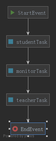
moonlightBeautiful/activiti5Study keeps this BPMN diagram as c04variable/src/main/resources/diagrams/StudentLeaveProcess.png. Above is the earlier version. Its source is kept beside it as c04variable/src/main/resources/diagrams/StudentLeaveProcess.bpmn. Ids are renumbered. Source of this version:
```xml
<definitions xmlns="http://www.omg.org/spec/BPMN/20100524/MODEL" xmlns:activiti="http://activiti.org/bpmn" xmlns:bpmndi="http://www.omg.org/spec/BPMN/20100524/DI" xmlns:dc="http://www.omg.org/spec/DD/20100524/DC" xmlns:di="http://www.omg.org/spec/DD/20100524/DI" xmlns:tns="http://www.activiti.org/testm1578408980312" xmlns:xsd="http://www.w3.org/2001/XMLSchema" xmlns:xsi="http://www.w3.org/2001/XMLSchema-instance" expressionLanguage="http://www.w3.org/1999/XPath" id="m1578408980312" name="" targetNamespace="http://www.activiti.org/testm1578408980312" typeLanguage="http://www.w3.org/2001/XMLSchema">
  <process id="studentLeaveProcess" isClosed="false" isExecutable="true" name="studentLeaveProcess" processType="None">
    <startEvent id="start" name="StartEvent"/>
    <endEvent id="end" name="EndEvent"/>
    <userTask activiti:assignee="studnet" activiti:exclusive="true" id="studentTask" name="studentTask"/>
    <userTask activiti:assignee="monitor" activiti:exclusive="true" id="monitorTask" name="monitorTask"/>
    <userTask activiti:assignee="teacher" activiti:exclusive="true" id="teacherTask" name="teacherTask"/>
    <sequenceFlow id="_7" sourceRef="start" targetRef="studentTask"/>
    <sequenceFlow id="_8" sourceRef="studentTask" targetRef="monitorTask"/>
    <sequenceFlow id="_9" sourceRef="monitorTask" targetRef="teacherTask"/>
    <sequenceFlow id="_10" sourceRef="teacherTask" targetRef="end"/>
  </process>
  <bpmndi:BPMNDiagram documentation="background=#3C3F41;count=1;horizontalcount=1;orientation=0;width=842.4;height=1195.2;imageableWidth=832.4;imageableHeight=1185.2;imageableX=5.0;imageableY=5.0" id="Diagram-_1" name="New Diagram">
    <bpmndi:BPMNPlane bpmnElement="studentLeaveProcess">
      <bpmndi:BPMNShape bpmnElement="start" id="Shape-start">
        <dc:Bounds height="32.0" width="32.0" x="300.0" y="-10.0"/>
        <bpmndi:BPMNLabel>
          <dc:Bounds height="32.0" width="32.0" x="0.0" y="0.0"/>
        </bpmndi:BPMNLabel>
      </bpmndi:BPMNShape>
      <bpmndi:BPMNShape bpmnElement="end" id="Shape-end">
        <dc:Bounds height="32.0" width="32.0" x="305.0" y="385.0"/>
        <bpmndi:BPMNLabel>
          <dc:Bounds height="32.0" width="32.0" x="0.0" y="0.0"/>
        </bpmndi:BPMNLabel>
      </bpmndi:BPMNShape>
      <bpmndi:BPMNShape bpmnElement="studentTask" id="Shape-studentTask">
        <dc:Bounds height="55.0" width="85.0" x="275.0" y="60.0"/>
        <bpmndi:BPMNLabel>
          <dc:Bounds height="55.0" width="85.0" x="0.0" y="0.0"/>
        </bpmndi:BPMNLabel>
      </bpmndi:BPMNShape>
      <bpmndi:BPMNShape bpmnElement="monitorTask" id="Shape-monitorTask">
        <dc:Bounds height="55.0" width="85.0" x="275.0" y="160.0"/>
        <bpmndi:BPMNLabel>
          <dc:Bounds height="55.0" width="85.0" x="0.0" y="0.0"/>
        </bpmndi:BPMNLabel>
      </bpmndi:BPMNShape>
      <bpmndi:BPMNShape bpmnElement="teacherTask" id="Shape-teacherTask">
        <dc:Bounds height="55.0" width="85.0" x="275.0" y="275.0"/>
        <bpmndi:BPMNLabel>
          <dc:Bounds height="55.0" width="85.0" x="0.0" y="0.0"/>
        </bpmndi:BPMNLabel>
      </bpmndi:BPMNShape>
      <bpmndi:BPMNEdge bpmnElement="_7" id="BPMNEdge__7" sourceElement="start" targetElement="studentTask">
        <di:waypoint x="316.0" y="22.0"/>
        <di:waypoint x="316.0" y="60.0"/>
        <bpmndi:BPMNLabel>
          <dc:Bounds height="0.0" width="0.0" x="0.0" y="0.0"/>
        </bpmndi:BPMNLabel>
      </bpmndi:BPMNEdge>
      <bpmndi:BPMNEdge bpmnElement="_8" id="BPMNEdge__8" sourceElement="studentTask" targetElement="monitorTask">
        <di:waypoint x="317.5" y="115.0"/>
        <di:waypoint x="317.5" y="160.0"/>
        <bpmndi:BPMNLabel>
          <dc:Bounds height="0.0" width="0.0" x="0.0" y="0.0"/>
        </bpmndi:BPMNLabel>
      </bpmndi:BPMNEdge>
      <bpmndi:BPMNEdge bpmnElement="_9" id="BPMNEdge__9" sourceElement="monitorTask" targetElement="teacherTask">
        <di:waypoint x="317.5" y="215.0"/>
        <di:waypoint x="317.5" y="275.0"/>
        <bpmndi:BPMNLabel>
          <dc:Bounds height="0.0" width="0.0" x="0.0" y="0.0"/>
        </bpmndi:BPMNLabel>
      </bpmndi:BPMNEdge>
      <bpmndi:BPMNEdge bpmnElement="_10" id="BPMNEdge__10" sourceElement="teacherTask" targetElement="end">
        <di:waypoint x="321.0" y="330.0"/>
        <di:waypoint x="321.0" y="385.0"/>
        <bpmndi:BPMNLabel>
          <dc:Bounds height="0.0" width="0.0" x="0.0" y="0.0"/>
        </bpmndi:BPMNLabel>
      </bpmndi:BPMNEdge>
    </bpmndi:BPMNPlane>
  </bpmndi:BPMNDiagram>
</definitions>
```
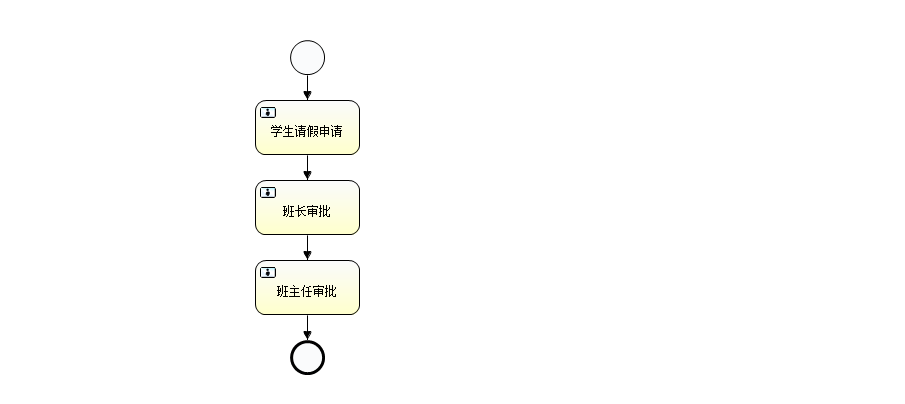
After the commit.

The edit, as a diff of the source:
```diff
@@ -1,74 +1,47 @@
-<definitions xmlns="http://www.omg.org/spec/BPMN/20100524/MODEL" xmlns:activiti="http://activiti.org/bpmn" xmlns:bpmndi="http://www.omg.org/spec/BPMN/20100524/DI" xmlns:dc="http://www.omg.org/spec/DD/20100524/DC" xmlns:di="http://www.omg.org/spec/DD/20100524/DI" xmlns:tns="http://www.activiti.org/testm1578408980312" xmlns:xsd="http://www.w3.org/2001/XMLSchema" xmlns:xsi="http://www.w3.org/2001/XMLSchema-instance" expressionLanguage="http://www.w3.org/1999/XPath" id="m1578408980312" name="" targetNamespace="http://www.activiti.org/testm1578408980312" typeLanguage="http://www.w3.org/2001/XMLSchema">
-  <process id="studentLeaveProcess" isClosed="false" isExecutable="true" name="studentLeaveProcess" processType="None">
-    <startEvent id="start" name="StartEvent"/>
-    <endEvent id="end" name="EndEvent"/>
-    <userTask activiti:assignee="studnet" activiti:exclusive="true" id="studentTask" name="studentTask"/>
-    <userTask activiti:assignee="monitor" activiti:exclusive="true" id="monitorTask" name="monitorTask"/>
-    <userTask activiti:assignee="teacher" activiti:exclusive="true" id="teacherTask" name="teacherTask"/>
-    <sequenceFlow id="_7" sourceRef="start" targetRef="studentTask"/>
-    <sequenceFlow id="_8" sourceRef="studentTask" targetRef="monitorTask"/>
-    <sequenceFlow id="_9" sourceRef="monitorTask" targetRef="teacherTask"/>
-    <sequenceFlow id="_10" sourceRef="teacherTask" targetRef="end"/>
+<definitions xmlns="http://www.omg.org/spec/BPMN/20100524/MODEL" xmlns:xsi="http://www.w3.org/2001/XMLSchema-instance" xmlns:xsd="http://www.w3.org/2001/XMLSchema" xmlns:activiti="http://activiti.org/bpmn" xmlns:bpmndi="http://www.omg.org/spec/BPMN/20100524/DI" xmlns:omgdc="http://www.omg.org/spec/DD/20100524/DC" xmlns:omgdi="http://www.omg.org/spec/DD/20100524/DI" typeLanguage="http://www.w3.org/2001/XMLSchema" expressionLanguage="http://www.w3.org/1999/XPath" targetNamespace="http://www.activiti.org/test">
+  <process id="studentLeaveProcess" name="Student Leave Process" isExecutable="true">
+    <startEvent id="startevent1" name="Start"></startEvent>
+    <endEvent id="endevent1" name="End"></endEvent>
+    <userTask id="usertask1" name="学生请假申请" activiti:assignee="张三"></userTask>
+    <userTask id="usertask2" name="班长审批" activiti:assignee="李四"></userTask>
+    <userTask id="usertask3" name="班主任审批" activiti:assignee="王五"></userTask>
+    <sequenceFlow id="flow1" sourceRef="startevent1" targetRef="usertask1"></sequenceFlow>
+    <sequenceFlow id="flow2" sourceRef="usertask1" targetRef="usertask2"></sequenceFlow>
+    <sequenceFlow id="flow3" sourceRef="usertask2" targetRef="usertask3"></sequenceFlow>
+    <sequenceFlow id="flow4" sourceRef="usertask3" targetRef="endevent1"></sequenceFlow>
   </process>
-  <bpmndi:BPMNDiagram documentation="background=#3C3F41;count=1;horizontalcount=1;orientation=0;width=842.4;height=1195.2;imageableWidth=832.4;imageableHeight=1185.2;imageableX=5.0;imageableY=5.0" id="Diagram-_1" name="New Diagram">
-    <bpmndi:BPMNPlane bpmnElement="studentLeaveProcess">
-      <bpmndi:BPMNShape bpmnElement="start" id="Shape-start">
-        <dc:Bounds height="32.0" width="32.0" x="300.0" y="-10.0"/>
-        <bpmndi:BPMNLabel>
-          <dc:Bounds height="32.0" width="32.0" x="0.0" y="0.0"/>
-        </bpmndi:BPMNLabel>
+  <bpmndi:BPMNDiagram id="BPMNDiagram_studentLeaveProcess">
+    <bpmndi:BPMNPlane bpmnElement="studentLeaveProcess" id="BPMNPlane_studentLeaveProcess">
+      <bpmndi:BPMNShape bpmnElement="startevent1" id="BPMNShape_startevent1">
+        <omgdc:Bounds height="35.0" width="35.0" x="290.0" y="40.0"></omgdc:Bounds>
       </bpmndi:BPMNShape>
-      <bpmndi:BPMNShape bpmnElement="end" id="Shape-end">
-        <dc:Bounds height="32.0" width="32.0" x="305.0" y="385.0"/>
-        <bpmndi:BPMNLabel>
-          <dc:Bounds height="32.0" width="32.0" x="0.0" y="0.0"/>
-        </bpmndi:BPMNLabel>
+      <bpmndi:BPMNShape bpmnElement="endevent1" id="BPMNShape_endevent1">
+        <omgdc:Bounds height="35.0" width="35.0" x="290.0" y="340.0"></omgdc:Bounds>
       </bpmndi:BPMNShape>
-      <bpmndi:BPMNShape bpmnElement="studentTask" id="Shape-studentTask">
-        <dc:Bounds height="55.0" width="85.0" x="275.0" y="60.0"/>
-        <bpmndi:BPMNLabel>
-          <dc:Bounds height="55.0" width="85.0" x="0.0" y="0.0"/>
-        </bpmndi:BPMNLabel>
+      <bpmndi:BPMNShape bpmnElement="usertask1" id="BPMNShape_usertask1">
+        <omgdc:Bounds height="55.0" width="105.0" x="255.0" y="100.0"></omgdc:Bounds>
       </bpmndi:BPMNShape>
-      <bpmndi:BPMNShape bpmnElement="monitorTask" id="Shape-monitorTask">
-        <dc:Bounds height="55.0" width="85.0" x="275.0" y="160.0"/>
-        <bpmndi:BPMNLabel>
-          <dc:Bounds height="55.0" width="85.0" x="0.0" y="0.0"/>
-        </bpmndi:BPMNLabel>
+      <bpmndi:BPMNShape bpmnElement="usertask2" id="BPMNShape_usertask2">
+        <omgdc:Bounds height="55.0" width="105.0" x="255.0" y="180.0"></omgdc:Bounds>
       </bpmndi:BPMNShape>
-      <bpmndi:BPMNShape bpmnElement="teacherTask" id="Shape-teacherTask">
-        <dc:Bounds height="55.0" width="85.0" x="275.0" y="275.0"/>
-        <bpmndi:BPMNLabel>
-          <dc:Bounds height="55.0" width="85.0" x="0.0" y="0.0"/>
-        </bpmndi:BPMNLabel>
+      <bpmndi:BPMNShape bpmnElement="usertask3" id="BPMNShape_usertask3">
+        <omgdc:Bounds height="55.0" width="105.0" x="255.0" y="260.0"></omgdc:Bounds>
       </bpmndi:BPMNShape>
-      <bpmndi:BPMNEdge bpmnElement="_7" id="BPMNEdge__7" sourceElement="start" targetElement="studentTask">
-        <di:waypoint x="316.0" y="22.0"/>
-        <di:waypoint x="316.0" y="60.0"/>
-        <bpmndi:BPMNLabel>
-          <dc:Bounds height="0.0" width="0.0" x="0.0" y="0.0"/>
-        </bpmndi:BPMNLabel>
+      <bpmndi:BPMNEdge bpmnElement="flow1" id="BPMNEdge_flow1">
+        <omgdi:waypoint x="307.0" y="75.0"></omgdi:waypoint>
+        <omgdi:waypoint x="307.0" y="100.0"></omgdi:waypoint>
       </bpmndi:BPMNEdge>
-      <bpmndi:BPMNEdge bpmnElement="_8" id="BPMNEdge__8" sourceElement="studentTask" targetElement="monitorTask">
-        <di:waypoint x="317.5" y="115.0"/>
-        <di:waypoint x="317.5" y="160.0"/>
-        <bpmndi:BPMNLabel>
-          <dc:Bounds height="0.0" width="0.0" x="0.0" y="0.0"/>
-        </bpmndi:BPMNLabel>
+      <bpmndi:BPMNEdge bpmnElement="flow2" id="BPMNEdge_flow2">
+        <omgdi:waypoint x="307.0" y="155.0"></omgdi:waypoint>
+        <omgdi:waypoint x="307.0" y="180.0"></omgdi:waypoint>
       </bpmndi:BPMNEdge>
-      <bpmndi:BPMNEdge bpmnElement="_9" id="BPMNEdge__9" sourceElement="monitorTask" targetElement="teacherTask">
-        <di:waypoint x="317.5" y="215.0"/>
-        <di:waypoint x="317.5" y="275.0"/>
-        <bpmndi:BPMNLabel>
-          <dc:Bounds height="0.0" width="0.0" x="0.0" y="0.0"/>
-        </bpmndi:BPMNLabel>
+      <bpmndi:BPMNEdge bpmnElement="flow3" id="BPMNEdge_flow3">
+        <omgdi:waypoint x="307.0" y="235.0"></omgdi:waypoint>
+        <omgdi:waypoint x="307.0" y="260.0"></omgdi:waypoint>
       </bpmndi:BPMNEdge>
-      <bpmndi:BPMNEdge bpmnElement="_10" id="BPMNEdge__10" sourceElement="teacherTask" targetElement="end">
-        <di:waypoint x="321.0" y="330.0"/>
-        <di:waypoint x="321.0" y="385.0"/>
-        <bpmndi:BPMNLabel>
-          <dc:Bounds height="0.0" width="0.0" x="0.0" y="0.0"/>
-        </bpmndi:BPMNLabel>
+      <bpmndi:BPMNEdge bpmnElement="flow4" id="BPMNEdge_flow4">
+        <omgdi:waypoint x="307.0" y="315.0"></omgdi:waypoint>
+        <omgdi:waypoint x="307.0" y="340.0"></omgdi:waypoint>
       </bpmndi:BPMNEdge>
     </bpmndi:BPMNPlane>
   </bpmndi:BPMNDiagram>
```
